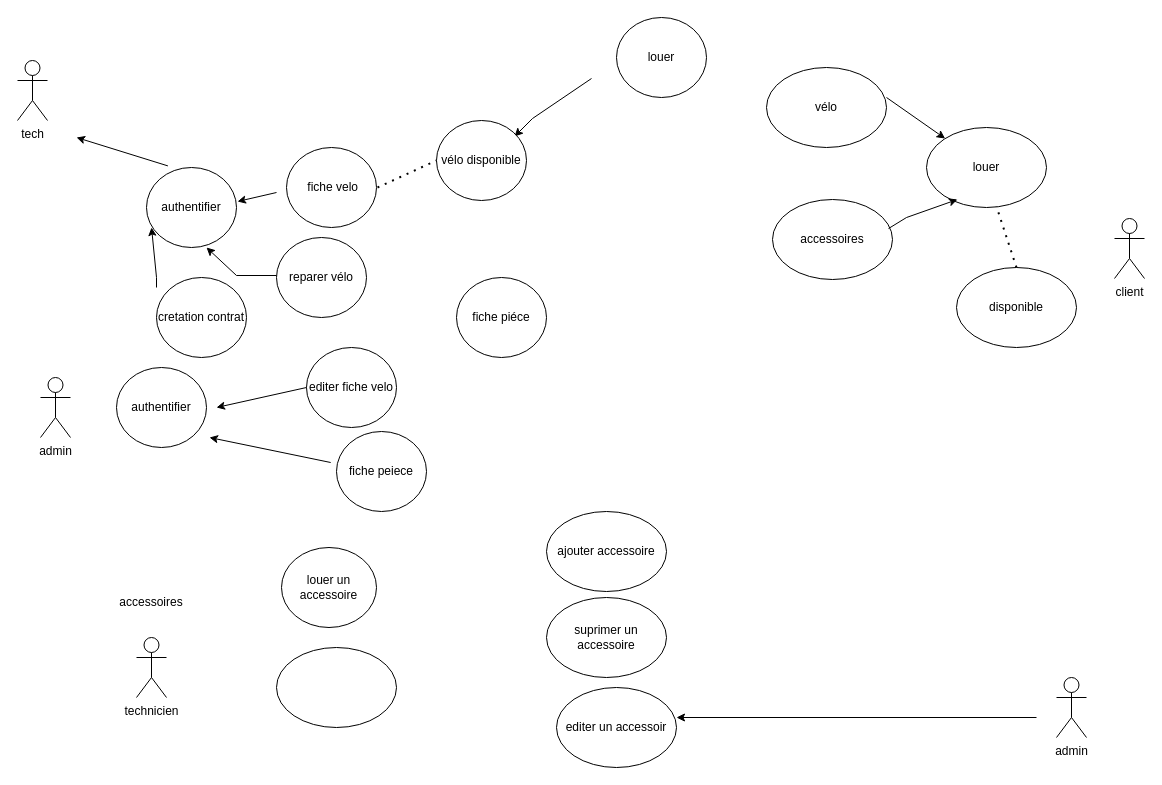
Above: velo-afpabike.drawio in djn-web/djn-web (draw.io), before the change. Source tidied: cells renumbered, new cells numbered last; positions are measured from the earlier drawing's top-left corner, leaving out a move shared by most shapes. Both pictures are drawn from the tidied source at 100%, with x=0, y=0 at pixel (17, 17).
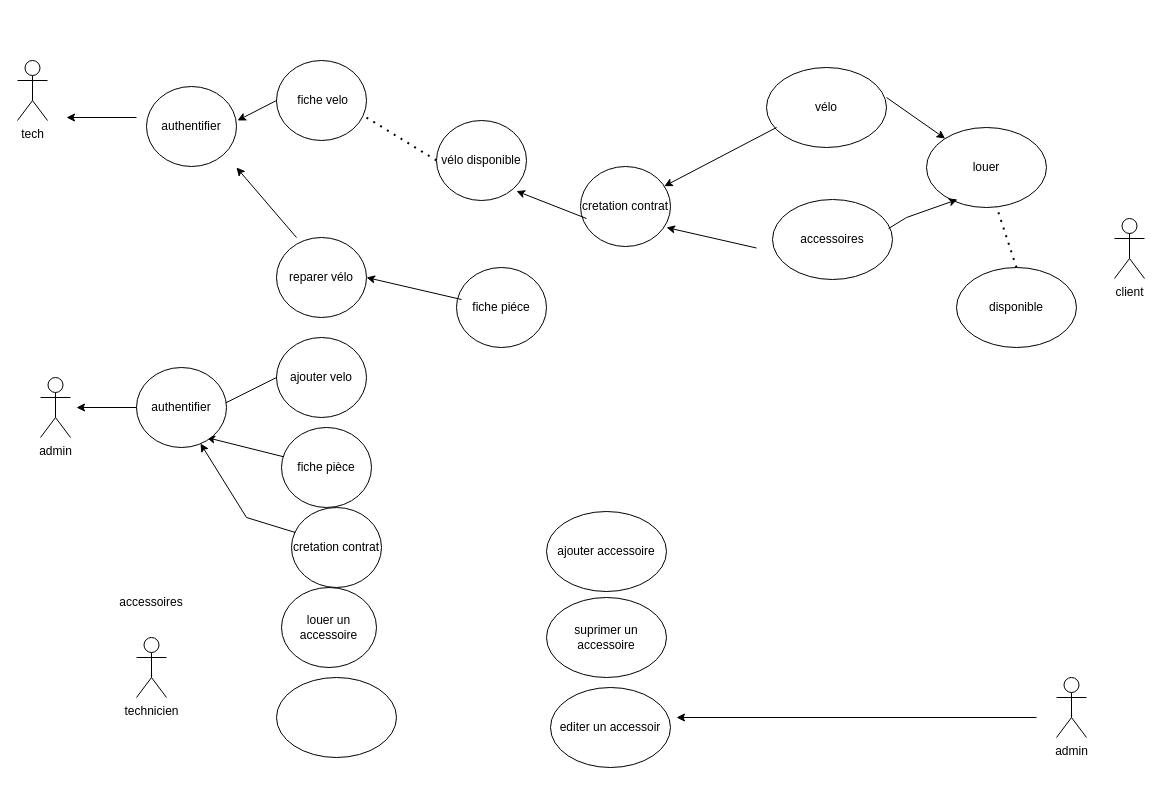
Above is the later version.

Commit message (it also covers changes not shown here):
Mettre à jour velo-afpabike.drawio

Unchanged cells that the change refers to:
```xml
<mxCell id="20" value="reparer vélo " style="ellipse;whiteSpace=wrap;html=1;" parent="1" vertex="1">
  <mxGeometry x="259" y="220" width="90" height="80" as="geometry" />
</mxCell>
<mxCell id="36" value="vélo disponible" style="ellipse;whiteSpace=wrap;html=1;" parent="1" vertex="1">
  <mxGeometry x="419" y="103" width="90" height="80" as="geometry" />
</mxCell>
```

What changed in the source:
```diff
@@
     <mxCell id="12" value="&amp;nbsp;fiche velo" style="ellipse;whiteSpace=wrap;html=1;" parent="1" vertex="1">
-      <mxGeometry x="269" y="130" width="90" height="80" as="geometry" />
+      <mxGeometry x="259" y="43" width="90" height="80" as="geometry" />
     </mxCell>
     <mxCell id="13" value="louer un accessoire" style="ellipse;whiteSpace=wrap;html=1;" parent="1" vertex="1">
-      <mxGeometry x="264" y="530" width="95" height="80" as="geometry" />
+      <mxGeometry x="264" y="570" width="95" height="80" as="geometry" />
     </mxCell>
@@
     <mxCell id="16" value="editer un accessoir" style="ellipse;whiteSpace=wrap;html=1;" parent="1" vertex="1">
-      <mxGeometry x="539" y="670" width="120" height="80" as="geometry" />
+      <mxGeometry x="533" y="670" width="120" height="80" as="geometry" />
     </mxCell>
     <mxCell id="17" style="ellipse;whiteSpace=wrap;html=1;" parent="1" vertex="1">
-      <mxGeometry x="259" y="630" width="120" height="80" as="geometry" />
+      <mxGeometry x="259" y="660" width="120" height="80" as="geometry" />
     </mxCell>
@@
-    <mxCell id="21" value="louer" style="ellipse;whiteSpace=wrap;html=1;" parent="1" vertex="1">
-      <mxGeometry x="599" width="90" height="80" as="geometry" />
-    </mxCell>
-    <mxCell id="22" value="editer fiche velo" style="ellipse;whiteSpace=wrap;html=1;" parent="1" vertex="1">
-      <mxGeometry x="289" y="330" width="90" height="80" as="geometry" />
+    <mxCell id="22" value="ajouter velo" style="ellipse;whiteSpace=wrap;html=1;" parent="1" vertex="1">
+      <mxGeometry x="259" y="320" width="90" height="80" as="geometry" />
     </mxCell>
     <mxCell id="23" value="authentifier" style="ellipse;whiteSpace=wrap;html=1;" parent="1" vertex="1">
-      <mxGeometry x="129" y="150" width="90" height="80" as="geometry" />
+      <mxGeometry x="129" y="69" width="90" height="80" as="geometry" />
     </mxCell>
-    <mxCell id="24" style="endArrow=classic;html=1;rounded=0;entryX=0.689;entryY=0.013;entryDx=0;entryDy=0;entryPerimeter=0;exitX=0.044;exitY=0.75;exitDx=0;exitDy=0;exitPerimeter=0;" parent="1" edge="1">
-      <mxGeometry relative="1" as="geometry">
-        <mxPoint x="574" y="61" as="sourcePoint" />
-        <mxPoint x="497" y="119" as="targetPoint" />
-        <Array as="points">
-          <mxPoint x="515" y="101" />
-        </Array>
-      </mxGeometry>
-    </mxCell>
-    <mxCell id="25" style="endArrow=classic;html=1;rounded=0;" parent="1" edge="1">
+    <mxCell id="25" style="endArrow=classic;html=1;rounded=0;" parent="1" edge="1" source="30">
       <mxGeometry relative="1" as="geometry">
-        <mxPoint x="313.2" y="445" as="sourcePoint" />
-        <mxPoint x="192" y="420" as="targetPoint" />
+        <mxPoint x="189" y="420" as="targetPoint" />
       </mxGeometry>
     </mxCell>
     <mxCell id="26" style="endArrow=classic;html=1;rounded=0;" parent="1" edge="1">
       <mxGeometry relative="1" as="geometry">
-        <mxPoint x="150.4" y="148.4" as="sourcePoint" />
-        <mxPoint x="59" y="120" as="targetPoint" />
+        <mxPoint x="119" y="100" as="sourcePoint" />
+        <mxPoint x="49" y="100" as="targetPoint" />
       </mxGeometry>
     </mxCell>
-    <mxCell id="27" style="endArrow=classic;html=1;rounded=0;" parent="1" edge="1">
-      <mxGeometry relative="1" as="geometry">
-        <mxPoint x="259" y="258" as="sourcePoint" />
-        <mxPoint x="189" y="230" as="targetPoint" />
-        <Array as="points">
-          <mxPoint x="219" y="258" />
-        </Array>
-      </mxGeometry>
-    </mxCell>
@@
-    <mxCell id="29" style="endArrow=classic;html=1;rounded=0;entryX=1.011;entryY=0.425;entryDx=0;entryDy=0;entryPerimeter=0;" parent="1" edge="1" target="23">
-      <mxGeometry relative="1" as="geometry">
-        <mxPoint x="259" y="175" as="sourcePoint" />
-      </mxGeometry>
+    <mxCell id="29" style="endArrow=classic;html=1;rounded=0;entryX=1.011;entryY=0.425;entryDx=0;entryDy=0;entryPerimeter=0;exitX=0;exitY=0.5;exitDx=0;exitDy=0;" parent="1" edge="1" source="12" target="23">
+      <mxGeometry relative="1" as="geometry" />
     </mxCell>
-    <mxCell id="30" value="fiche peiece " style="ellipse;whiteSpace=wrap;html=1;" parent="1" vertex="1">
-      <mxGeometry x="319" y="414" width="90" height="80" as="geometry" />
-    </mxCell>
     <mxCell id="31" value="cretation contrat" style="ellipse;whiteSpace=wrap;html=1;" parent="1" vertex="1">
-      <mxGeometry x="139" y="260" width="90" height="80" as="geometry" />
+      <mxGeometry x="274" y="490" width="90" height="80" as="geometry" />
     </mxCell>
@@
     <mxCell id="34" value="authentifier" style="ellipse;whiteSpace=wrap;html=1;" parent="1" vertex="1">
-      <mxGeometry x="99" y="350" width="90" height="80" as="geometry" />
+      <mxGeometry x="119" y="350" width="90" height="80" as="geometry" />
     </mxCell>
-    <mxCell id="35" style="endArrow=classic;html=1;rounded=0;exitX=0;exitY=0.5;exitDx=0;exitDy=0;entryX=0.056;entryY=0.75;entryDx=0;entryDy=0;entryPerimeter=0;" parent="1" edge="1" target="23">
-      <mxGeometry relative="1" as="geometry">
-        <mxPoint x="139" y="270" as="sourcePoint" />
-        <Array as="points">
-          <mxPoint x="139" y="260" />
-        </Array>
-      </mxGeometry>
-    </mxCell>
@@
-    <mxCell id="37" style="endArrow=none;dashed=1;html=1;dashPattern=1 3;strokeWidth=2;rounded=0;entryX=0;entryY=0.5;entryDx=0;entryDy=0;" parent="1" edge="1" target="36">
-      <mxGeometry relative="1" as="geometry">
-        <mxPoint x="360" y="170" as="sourcePoint" />
-      </mxGeometry>
+    <mxCell id="37" style="endArrow=none;dashed=1;html=1;dashPattern=1 3;strokeWidth=2;rounded=0;entryX=0;entryY=0.5;entryDx=0;entryDy=0;exitX=1;exitY=0.713;exitDx=0;exitDy=0;exitPerimeter=0;" parent="1" edge="1" source="12" target="36">
+      <mxGeometry relative="1" as="geometry" />
     </mxCell>
     <mxCell id="38" value="fiche piéce " style="ellipse;whiteSpace=wrap;html=1;" parent="1" vertex="1">
-      <mxGeometry x="439" y="260" width="90" height="80" as="geometry" />
+      <mxGeometry x="439" y="250" width="90" height="80" as="geometry" />
     </mxCell>
+    <mxCell id="39" value="cretation contrat" style="ellipse;whiteSpace=wrap;html=1;" parent="1" vertex="1">
+      <mxGeometry x="563" y="149" width="90" height="80" as="geometry" />
+    </mxCell>
+    <mxCell id="40" style="endArrow=classic;html=1;rounded=0;" parent="1" edge="1">
+      <mxGeometry relative="1" as="geometry">
+        <mxPoint x="569" y="201" as="sourcePoint" />
+        <mxPoint x="499" y="173.6" as="targetPoint" />
+      </mxGeometry>
+    </mxCell>
+    <mxCell id="41" style="endArrow=classic;html=1;rounded=0;exitX=0.056;exitY=0.4;exitDx=0;exitDy=0;exitPerimeter=0;entryX=1;entryY=0.5;entryDx=0;entryDy=0;entryPerimeter=0;" parent="1" edge="1" source="38" target="20">
+      <mxGeometry relative="1" as="geometry" />
+    </mxCell>
+    <mxCell id="42" style="endArrow=classic;html=1;rounded=0;" parent="1" edge="1">
+      <mxGeometry relative="1" as="geometry">
+        <mxPoint x="279" y="220" as="sourcePoint" />
+        <mxPoint x="219" y="150" as="targetPoint" />
+      </mxGeometry>
+    </mxCell>
+    <mxCell id="43" style="endArrow=classic;html=1;rounded=0;" parent="1" edge="1" target="30">
+      <mxGeometry relative="1" as="geometry">
+        <mxPoint x="310.2" y="445" as="sourcePoint" />
+      </mxGeometry>
+    </mxCell>
+    <mxCell id="30" value="fiche&amp;nbsp;pièce " style="ellipse;whiteSpace=wrap;html=1;" parent="1" vertex="1">
+      <mxGeometry x="264" y="410" width="90" height="80" as="geometry" />
+    </mxCell>
+    <mxCell id="44" style="endArrow=classic;html=1;rounded=0;exitX=0.044;exitY=0.313;exitDx=0;exitDy=0;exitPerimeter=0;entryX=0.711;entryY=0.95;entryDx=0;entryDy=0;entryPerimeter=0;" parent="1" edge="1" source="31" target="34">
+      <mxGeometry relative="1" as="geometry">
+        <Array as="points">
+          <mxPoint x="229" y="500" />
+        </Array>
+      </mxGeometry>
+    </mxCell>
+    <mxCell id="45" style="endArrow=classic;html=1;rounded=0;exitX=0;exitY=0.5;exitDx=0;exitDy=0;" parent="1" edge="1" source="34">
+      <mxGeometry relative="1" as="geometry">
+        <mxPoint x="59" y="390" as="targetPoint" />
+      </mxGeometry>
+    </mxCell>
+    <mxCell id="46" style="endArrow=classic;html=1;rounded=0;entryX=0.956;entryY=0.763;entryDx=0;entryDy=0;entryPerimeter=0;" parent="1" edge="1" target="39">
+      <mxGeometry relative="1" as="geometry">
+        <mxPoint x="739" y="230.5" as="sourcePoint" />
+      </mxGeometry>
+    </mxCell>
+    <mxCell id="47" style="endArrow=classic;html=1;rounded=0;" parent="1" edge="1" target="39">
+      <mxGeometry relative="1" as="geometry">
+        <mxPoint x="759" y="110" as="sourcePoint" />
+        <Array as="points">
+          <mxPoint x="759" y="110" />
+        </Array>
+      </mxGeometry>
+    </mxCell>
```
